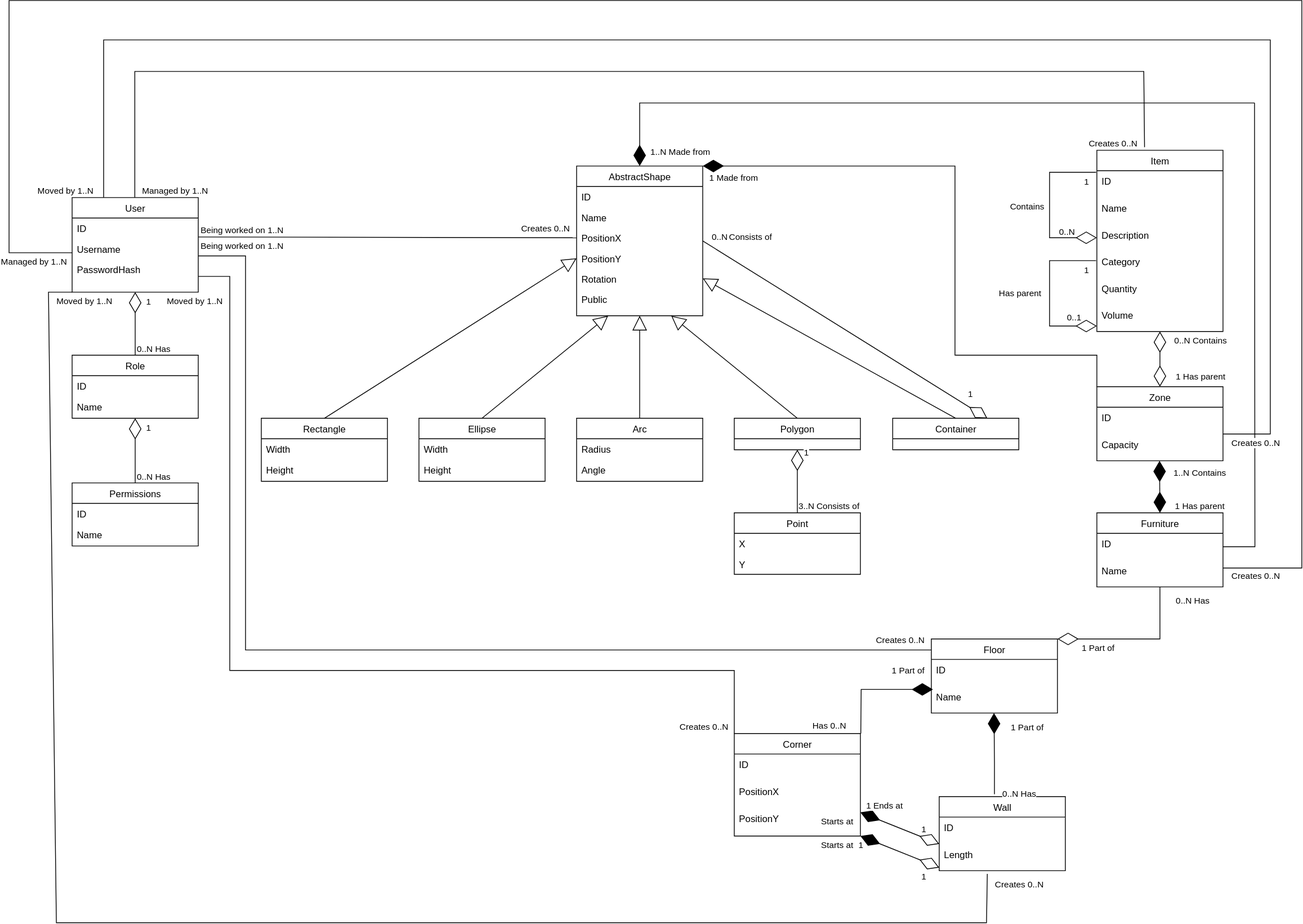
Before: models/domain-model.svg, a diagram exported from draw.io (notSnuffy/Warehouse-Manager). Source tidied: cells renumbered, new cells last; positions are measured from the earlier drawing's top-left corner, leaving out a move shared by most shapes.
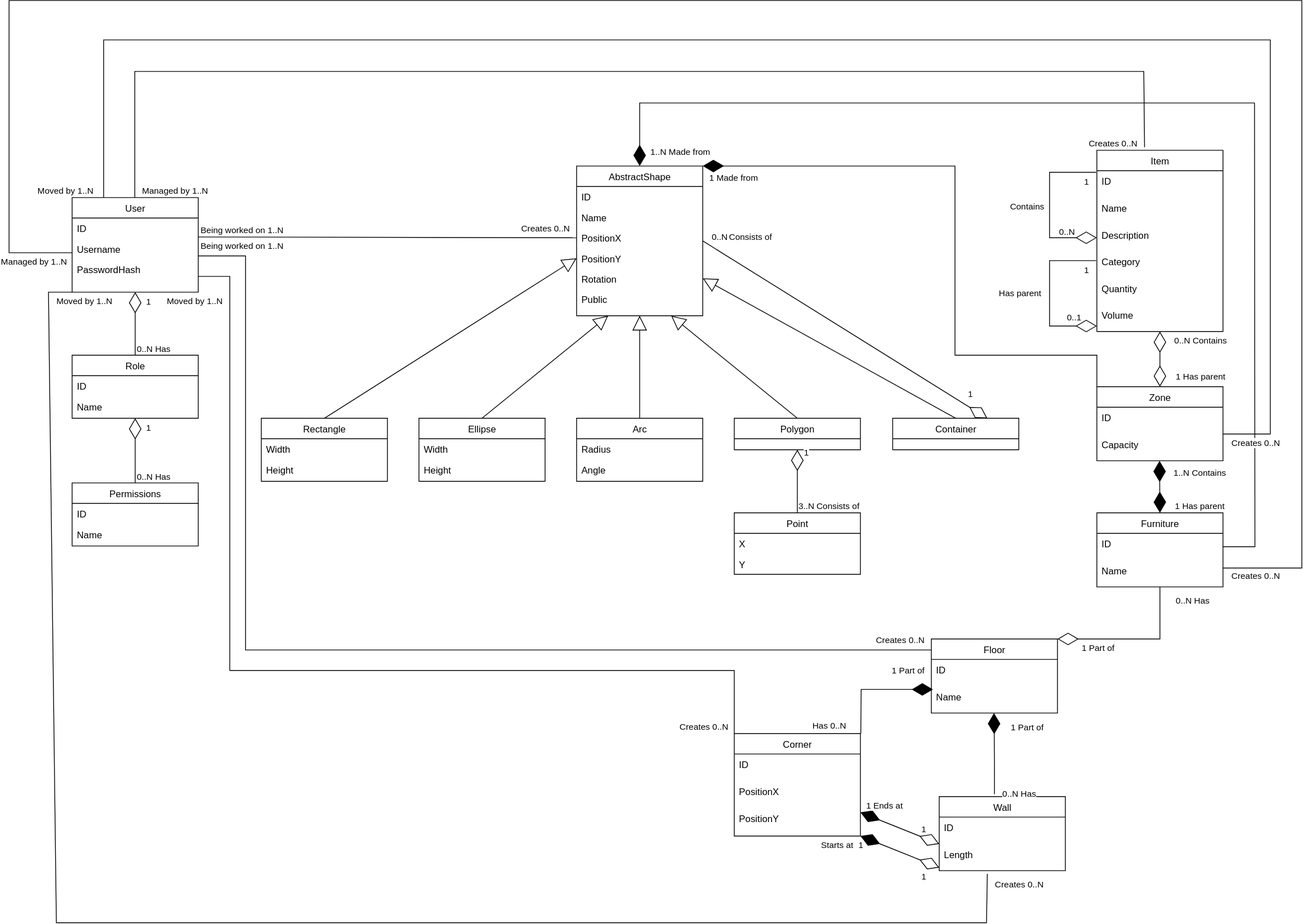
The same diagram one commit later.

Commit message:
Fix association description

What changed in the source:
```diff
@@ -384,11 +384,6 @@
         <mxPoint x="17" y="-15" as="offset" />
       </mxGeometry>
     </mxCell>
-    <mxCell id="101" value="Starts at" style="edgeLabel;html=1;align=center;verticalAlign=middle;" parent="98" vertex="1">
-      <mxGeometry y="1" relative="1" as="geometry">
-        <mxPoint x="-81" y="-9" as="offset" />
-      </mxGeometry>
-    </mxCell>
     <mxCell id="102" style="edgeStyle=orthogonalEdgeStyle;rounded=0;jettySize=auto;html=1;entryX=0.013;entryY=0.118;entryDx=0;entryDy=0;endArrow=diamondThin;endFill=1;endSize=24;startArrow=none;startFill=0;startSize=24;entryPerimeter=0;" parent="1" edge="1" target="86">
       <mxGeometry relative="1" as="geometry">
         <mxPoint x="1080.5" y="930" as="sourcePoint" />
```
